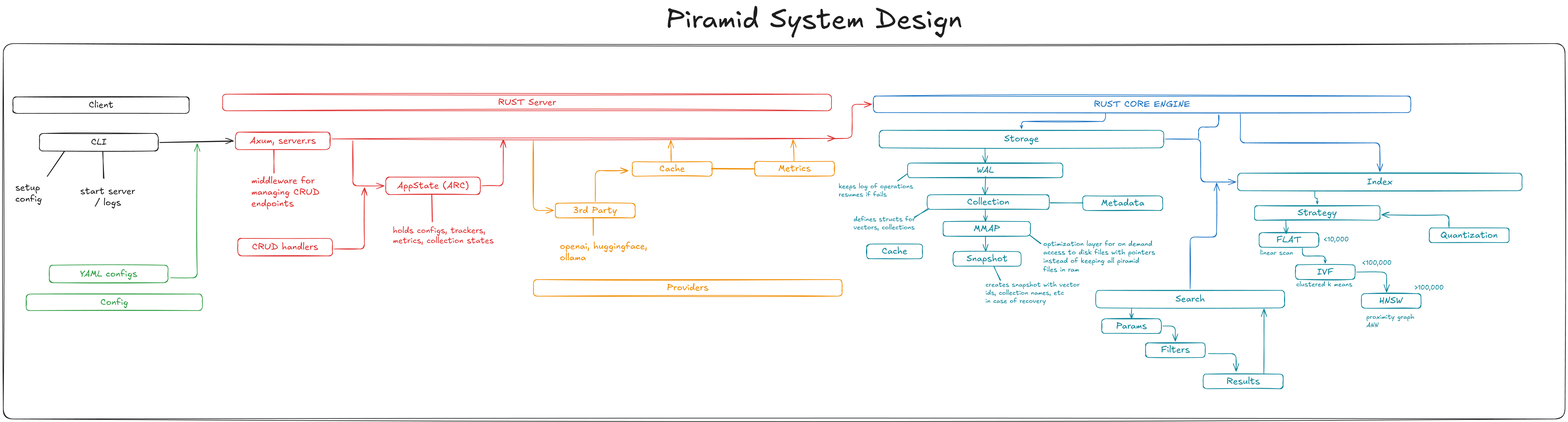
Earlier version of the Excalidraw export assets/blogs/diagram.excalidraw.png (ashworks1706/piramid). Source tidied: one line per element, renumbered; positions are measured from the earlier drawing's top-left corner, leaving out a move shared by most shapes.
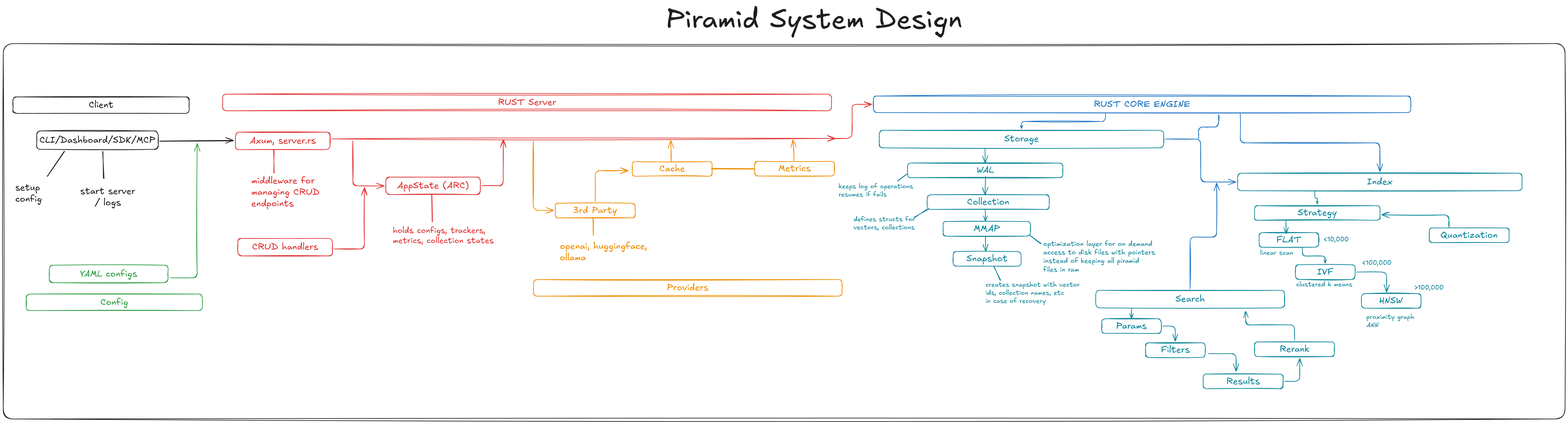
After the commit.

Change to the diagram source:
```diff
@@ -1,7 +1,7 @@
 {"id": 0, "type": "rectangle", "strokeColor": "#1e1e1e", "strokeWidth": 2, "roughness": 1, "round": true, "x": 30, "y": 288, "width": 541, "height": 51}
 {"id": 1, "type": "text", "text": "Client", "strokeColor": "#1e1e1e", "strokeWidth": 2, "roughness": 1, "fontSize": 28, "fontFamily": 5, "textAlign": "center", "verticalAlign": "middle", "inside": 0, "x": 262, "y": 295, "width": 76, "height": 35}
-{"id": 2, "type": "rectangle", "strokeColor": "#1e1e1e", "strokeWidth": 2, "roughness": 1, "round": true, "x": 111, "y": 400, "width": 365, "height": 54}
+{"id": 2, "type": "rectangle", "strokeColor": "#1e1e1e", "strokeWidth": 2, "roughness": 1, "round": true, "x": 103, "y": 392, "width": 373, "height": 57}
-{"id": 3, "type": "text", "text": "CLI", "strokeColor": "#1e1e1e", "strokeWidth": 2, "roughness": 1, "fontSize": 28, "fontFamily": 5, "textAlign": "center", "verticalAlign": "middle", "inside": 2, "x": 270, "y": 409, "width": 48, "height": 35}
+{"id": 3, "type": "text", "text": "CLI/Dashboard/SDK/MCP", "strokeColor": "#1e1e1e", "strokeWidth": 2, "roughness": 1, "fontSize": 28, "fontFamily": 5, "textAlign": "center", "verticalAlign": "middle", "inside": 2, "x": 111, "y": 403, "width": 356, "height": 35}
 {"id": 4, "type": "line", "strokeColor": "#1e1e1e", "strokeWidth": 2, "roughness": 1, "round": true, "x": 187, "y": 455, "width": 53, "height": 76, "points": [[0, 0], [-53, 76]]}
 {"id": 5, "type": "text", "text": "setup\nconfig", "strokeColor": "#1e1e1e", "strokeWidth": 2, "roughness": 1, "fontSize": 28, "fontFamily": 5, "x": 37, "y": 549, "width": 82, "height": 70}
 {"id": 6, "type": "line", "strokeColor": "#1e1e1e", "strokeWidth": 2, "roughness": 1, "round": true, "x": 306, "y": 455, "width": 2, "height": 82, "points": [[0, 0], [2, 82]]}
@@ -14,7 +14,7 @@
 {"id": 13, "type": "text", "text": "Axum, server.rs", "strokeColor": "#e03131", "strokeWidth": 2, "roughness": 1, "fontSize": 28, "fontFamily": 5, "textAlign": "center", "verticalAlign": "middle", "inside": 12, "x": 757, "y": 405, "width": 204, "height": 35}
 {"id": 14, "type": "line", "strokeColor": "#e03131", "strokeWidth": 2, "roughness": 1, "round": true, "x": 831, "y": 449, "width": 1, "height": 73, "points": [[0, 0], [1, 73]]}
 {"id": 15, "type": "text", "text": "middleware for \nmanaging CRUD\nendpoints", "strokeColor": "#e03131", "strokeWidth": 2, "roughness": 1, "fontSize": 28, "fontFamily": 5, "x": 762, "y": 528, "width": 210, "height": 105}
-{"id": 16, "type": "arrow", "strokeColor": "#1e1e1e", "strokeWidth": 2, "roughness": 1, "endArrowhead": "arrow", "round": true, "from": 2, "to": 12, "x": 482, "y": 427, "width": 225, "height": 4, "points": [[0, 0], [225, -4]]}
+{"id": 16, "type": "arrow", "strokeColor": "#1e1e1e", "strokeWidth": 2, "roughness": 1, "endArrowhead": "arrow", "round": true, "from": 2, "to": 12, "x": 482, "y": 423, "width": 225, "height": 2, "points": [[0, 0], [225, -2]]}
 {"id": 17, "type": "rectangle", "strokeColor": "#e03131", "strokeWidth": 2, "roughness": 1, "round": true, "x": 1175, "y": 534, "width": 291, "height": 54}
 {"id": 18, "type": "text", "text": "AppState (ARC)", "strokeColor": "#e03131", "strokeWidth": 2, "roughness": 1, "fontSize": 28, "fontFamily": 5, "textAlign": "center", "verticalAlign": "middle", "inside": 17, "x": 1210, "y": 543, "width": 221, "height": 35}
 {"id": 19, "type": "line", "strokeColor": "#e03131", "strokeWidth": 2, "roughness": 1, "round": true, "x": 1316, "y": 587, "width": 3, "height": 84, "points": [[0, 0], [3, 84]]}
@@ -32,8 +32,6 @@
 {"id": 31, "type": "text", "text": "Collection", "strokeColor": "#0c8599", "strokeWidth": 2, "roughness": 1, "fontSize": 28, "fontFamily": 5, "textAlign": "center", "verticalAlign": "middle", "inside": 30, "x": 2960, "y": 593, "width": 130, "height": 35}
 {"id": 32, "type": "rectangle", "strokeColor": "#0c8599", "strokeWidth": 2, "roughness": 1, "round": true, "x": 2778, "y": 491, "width": 477, "height": 45}
 {"id": 33, "type": "text", "text": "WAL", "strokeColor": "#0c8599", "strokeWidth": 2, "roughness": 1, "fontSize": 28, "fontFamily": 5, "textAlign": "center", "verticalAlign": "middle", "inside": 32, "x": 2990, "y": 496, "width": 53, "height": 35}
-{"id": 34, "type": "rectangle", "strokeColor": "#0c8599", "strokeWidth": 2, "roughness": 1, "round": true, "x": 3316, "y": 591, "width": 245, "height": 45}
-{"id": 35, "type": "text", "text": "Metadata", "strokeColor": "#0c8599", "strokeWidth": 2, "roughness": 1, "fontSize": 28, "fontFamily": 5, "textAlign": "center", "verticalAlign": "middle", "inside": 34, "x": 3372, "y": 596, "width": 133, "height": 35}
 {"id": 36, "type": "rectangle", "strokeColor": "#e03131", "strokeWidth": 2, "roughness": 1, "round": true, "x": 720, "y": 722, "width": 291, "height": 54}
 {"id": 37, "type": "text", "text": "CRUD handlers", "strokeColor": "#e03131", "strokeWidth": 2, "roughness": 1, "fontSize": 28, "fontFamily": 5, "textAlign": "center", "verticalAlign": "middle", "inside": 36, "x": 764, "y": 732, "width": 203, "height": 35}
 {"id": 38, "type": "arrow", "strokeColor": "#e03131", "strokeWidth": 2, "roughness": 1, "endArrowhead": "arrow", "from": 36, "x": 1016, "y": 754, "width": 93, "height": 188, "points": [[0, 0], [93, 0], [93, -188]]}
@@ -59,7 +57,6 @@
 {"id": 58, "type": "arrow", "strokeColor": "#0c8599", "strokeWidth": 2, "roughness": 1, "endArrowhead": "arrow", "from": 32, "to": 30, "x": 3017, "y": 532, "width": 1, "height": 57, "points": [[0, 0], [-1, 57]]}
 {"id": 59, "type": "arrow", "strokeColor": "#0c8599", "strokeWidth": 2, "roughness": 1, "endArrowhead": "arrow", "from": 30, "to": 54, "x": 3016, "y": 633, "width": 1, "height": 36, "points": [[0, 0], [1, 36]]}
 {"id": 60, "type": "arrow", "strokeColor": "#0c8599", "strokeWidth": 2, "roughness": 1, "endArrowhead": "arrow", "from": 54, "to": 56, "x": 3017, "y": 716, "width": 1, "height": 46, "points": [[0, 0], [1, 46]]}
-{"id": 61, "type": "line", "strokeColor": "#0c8599", "strokeWidth": 2, "roughness": 1, "round": true, "x": 3316, "y": 613, "width": 100, "height": 0, "points": [[0, 0], [-100, 0]]}
 {"id": 62, "type": "arrow", "strokeColor": "#0c8599", "strokeWidth": 2, "roughness": 1, "endArrowhead": "arrow", "from": 25, "to": 32, "x": 3015, "y": 444, "width": 1, "height": 46, "points": [[0, 0], [1, 46]]}
 {"id": 63, "type": "line", "strokeColor": "#0c8599", "strokeWidth": 2, "roughness": 1, "round": true, "x": 2777, "y": 523, "width": 30, "height": 22, "points": [[0, 0], [-30, 22]]}
 {"id": 64, "type": "text", "text": "keeps log of operations\nresumes if fails", "strokeColor": "#0c8599", "strokeWidth": 2, "roughness": 1, "fontSize": 20, "fontFamily": 5, "x": 2566, "y": 550, "width": 229, "height": 50}
@@ -108,10 +105,11 @@
 {"id": 107, "type": "arrow", "strokeColor": "#0c8599", "strokeWidth": 2, "roughness": 1, "endArrowhead": "arrow", "from": 71, "to": 101, "x": 3466, "y": 936, "width": 0, "height": 32, "points": [[0, 0], [0, 32]]}
 {"id": 108, "type": "arrow", "strokeColor": "#0c8599", "strokeWidth": 2, "roughness": 1, "endArrowhead": "arrow", "from": 101, "to": 103, "x": 3562, "y": 991, "width": 38, "height": 47, "points": [[0, 0], [38, 0], [38, 47]]}
 {"id": 109, "type": "arrow", "strokeColor": "#0c8599", "strokeWidth": 2, "roughness": 1, "endArrowhead": "arrow", "from": 103, "to": 105, "x": 3701, "y": 1076, "width": 85, "height": 54, "points": [[0, 0], [85, 0], [85, 54]]}
-{"id": 110, "type": "arrow", "strokeColor": "#0c8599", "strokeWidth": 2, "roughness": 1, "endArrowhead": "arrow", "from": 105, "to": 71, "x": 3872, "y": 1137, "width": 1, "height": 198, "points": [[0, 0], [1, -198]]}
 {"id": 111, "type": "arrow", "strokeColor": "#0c8599", "strokeWidth": 2, "roughness": 1, "endArrowhead": "arrow", "from": 73, "to": 78, "x": 4028, "y": 576, "width": 7, "height": 40, "points": [[0, 0], [0, 22], [7, 22], [7, 40]]}
 {"id": 112, "type": "text", "text": "holds configs, trackers,\nmetrics, collection states", "strokeColor": "#e03131", "strokeWidth": 2, "roughness": 1, "fontSize": 25.07, "fontFamily": 5, "x": 1197, "y": 683, "width": 310, "height": 63}
 {"id": 113, "type": "rectangle", "strokeColor": "#1e1e1e", "strokeWidth": 2, "roughness": 1, "round": true, "x": 0, "y": 124, "width": 4797, "height": 1153}
 {"id": 114, "type": "text", "text": "Piramid System Design", "strokeColor": "#1e1e1e", "strokeWidth": 2, "roughness": 1, "fontSize": 84.07, "fontFamily": 5, "x": 2036, "y": 0, "width": 911, "height": 105}
-{"id": 115, "type": "rectangle", "strokeColor": "#0c8599", "strokeWidth": 2, "roughness": 1, "round": true, "x": 2652, "y": 740, "width": 171, "height": 45}
-{"id": 116, "type": "text", "text": "Cache", "strokeColor": "#0c8599", "strokeWidth": 2, "roughness": 1, "fontSize": 28, "fontFamily": 5, "textAlign": "center", "verticalAlign": "middle", "inside": 115, "x": 2698, "y": 745, "width": 79, "height": 35}
+{"id": 117, "type": "rectangle", "strokeColor": "#0c8599", "strokeWidth": 2, "roughness": 1, "round": true, "x": 3843, "y": 1040, "width": 245, "height": 45}
+{"id": 118, "type": "text", "text": "Rerank", "strokeColor": "#0c8599", "strokeWidth": 2, "roughness": 1, "fontSize": 28, "fontFamily": 5, "textAlign": "center", "verticalAlign": "middle", "inside": 117, "x": 3920, "y": 1045, "width": 92, "height": 35}
+{"id": 119, "type": "arrow", "strokeColor": "#0c8599", "strokeWidth": 2, "roughness": 1, "endArrowhead": "arrow", "from": 105, "to": 117, "x": 3936, "y": 1161, "width": 46, "height": 71, "points": [[0, 0], [46, 0], [46, -71]]}
+{"id": 120, "type": "arrow", "strokeColor": "#0c8599", "strokeWidth": 2, "roughness": 1, "endArrowhead": "arrow", "from": 117, "to": 71, "x": 3966, "y": 1035, "width": 150, "height": 89, "points": [[0, 0], [0, -47], [-150, -47], [-150, -89]]}
```
